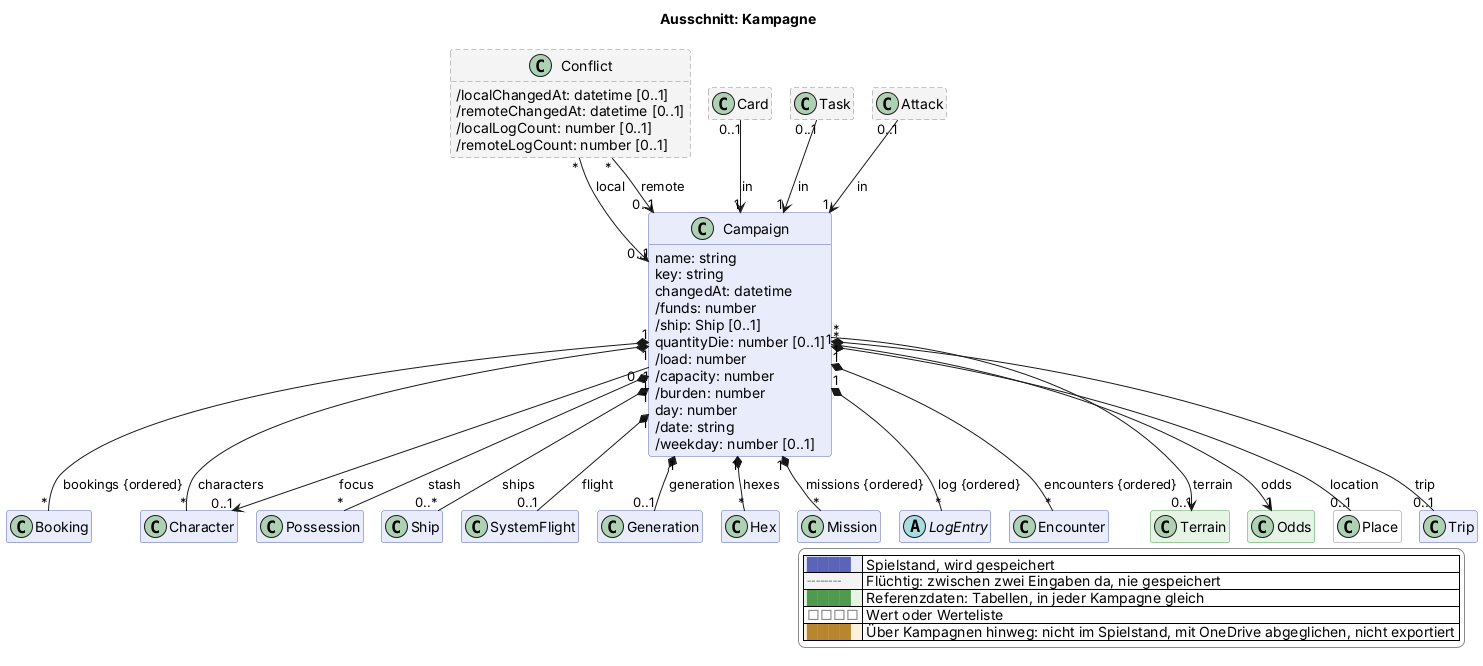
This is docs/views/kampagne.png from scuzzar/SRE, a PlantUML export, as it was before one commit.
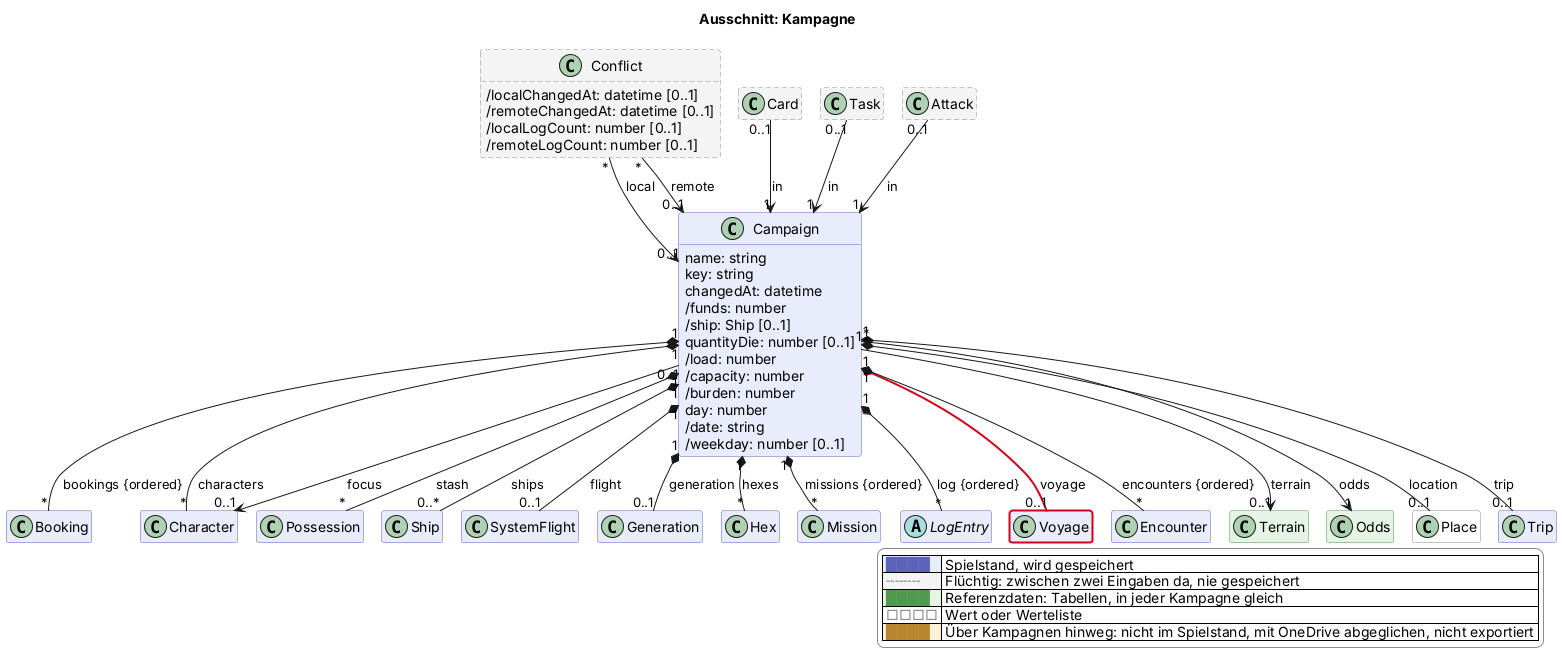
Above is the later version.

Commit message:
Reise Tag für Tag (Änderung 2026-11-22c, wartet auf Freigabe)

Change to the diagram source:
```diff
@@ -99,6 +99,7 @@
 
   abstract class LogEntry $probe
 
+  class Voyage $reise $newClass("2026-11-22c")
 
   class Conflict <<transient>> $kampagne {
     /localChangedAt: datetime [0..1]
@@ -129,6 +130,7 @@
 
 Campaign "1" *-- "0..1" SystemFlight : flight
 
+Campaign "1" *-$newArrow("2026-11-22c")- "0..1" Voyage : voyage
 
 Campaign "1" *-- "0..1" Generation : generation
 Campaign "1" *-- "*" Mission : missions {ordered}
```
